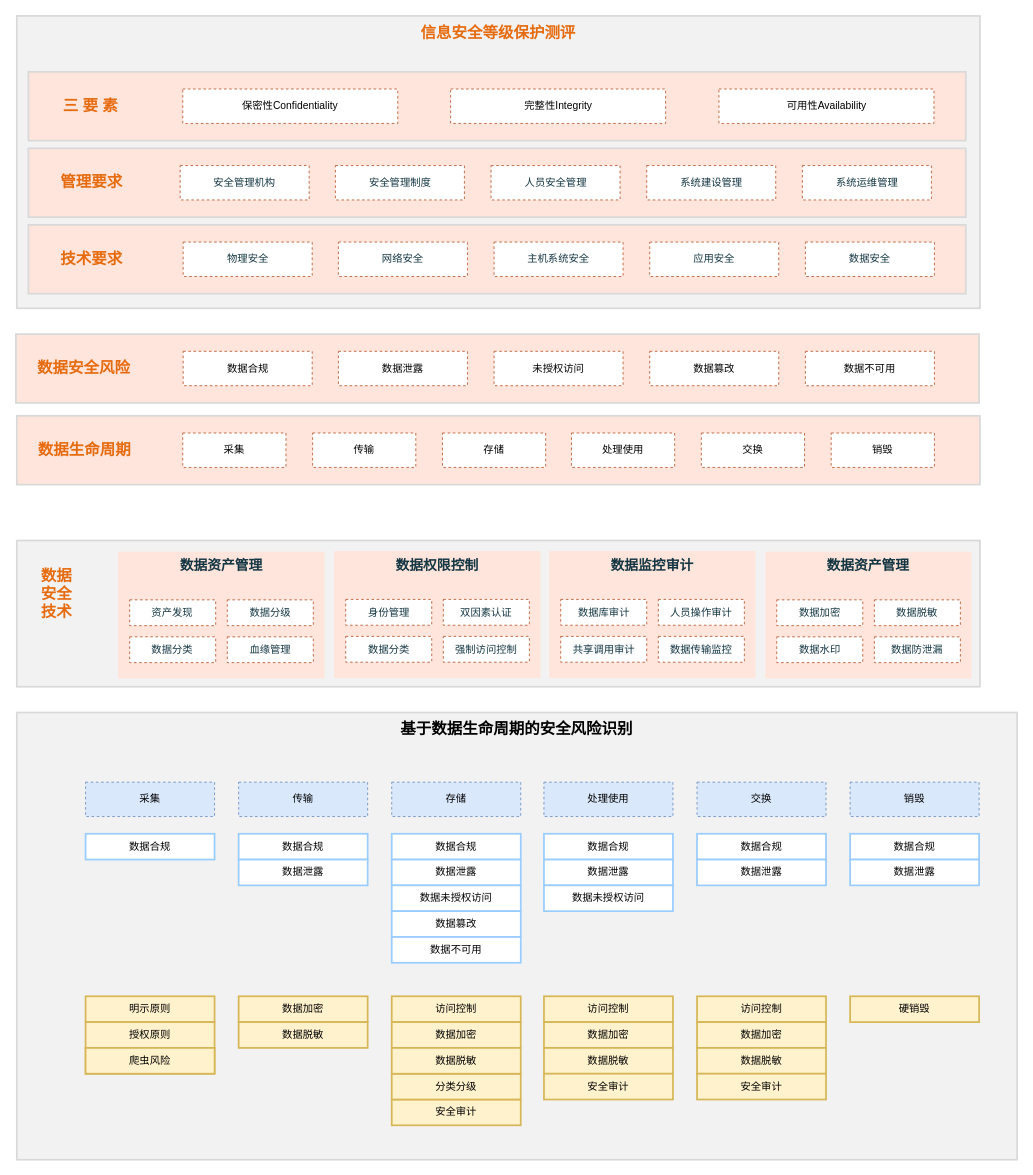
This is 数据安全.drawio from xingzhihe/hello-world, a draw.io file, before an edit. Source tidied: cells renumbered, new cells numbered last; positions are measured from the earlier drawing's top-left corner, leaving out a move shared by most shapes. Both pictures are drawn from the tidied source at 86%, with x=0, y=0 at pixel (15, 15).
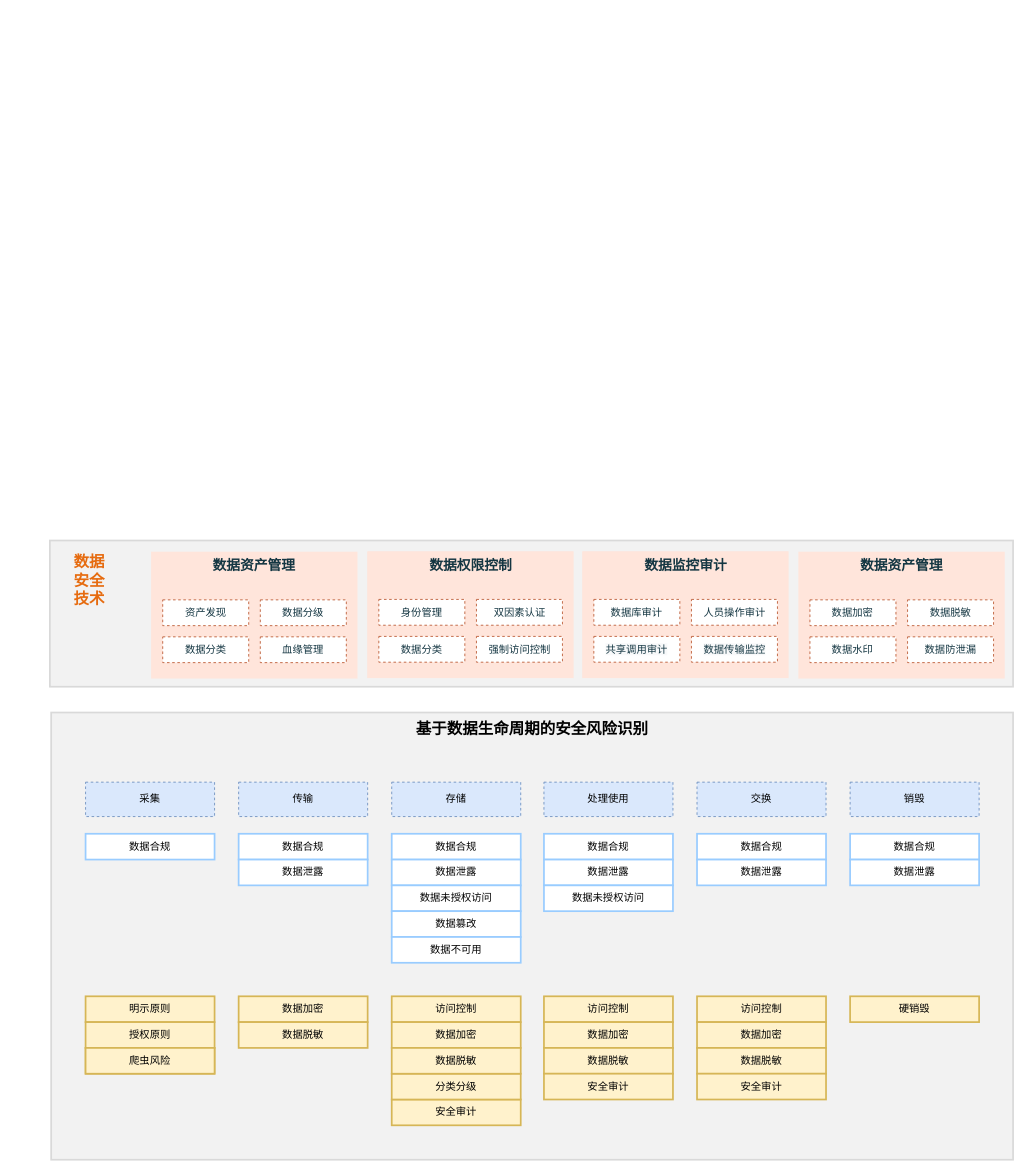
The same diagram, later.

Commit message:
更新数据安全.drawio

The edit, as a diff of the source:
```diff
@@
     <mxCell id="2" value="&lt;span&gt;基于数据生命周期的安全风险识别&lt;/span&gt;" style="whiteSpace=wrap;html=1;fontSize=18;fontStyle=1;strokeWidth=2;fillColor=#F2F2F2;strokeColor=#D9D9D9;verticalAlign=top;spacingTop=2;" parent="1" vertex="1">
-      <mxGeometry x="1" y="810" width="1163.2" height="520" as="geometry" />
+      <mxGeometry x="41" y="810" width="1118.5" height="520" as="geometry" />
     </mxCell>
-    <mxCell id="3" style="whiteSpace=wrap;html=1;fillColor=#FFE5DB;strokeColor=#D9D9D9;fontSize=18;fontStyle=1;fontColor=#143642;strokeWidth=2;" parent="1" vertex="1">
-      <mxGeometry x="1" y="465" width="1120" height="80" as="geometry" />
-    </mxCell>
-    <mxCell id="4" style="whiteSpace=wrap;html=1;fontSize=18;fontStyle=1;strokeWidth=2;fillColor=#F2F2F2;strokeColor=#D9D9D9;" parent="1" vertex="1">
-      <mxGeometry x="1" width="1120" height="340" as="geometry" />
-    </mxCell>
-    <mxCell id="5" value="信息安全等级保护测评" style="whiteSpace=wrap;html=1;fillColor=none;strokeColor=none;fontStyle=1;fontSize=18;fontColor=#E66B0F;" parent="1" vertex="1">
-      <mxGeometry x="442" width="238" height="40" as="geometry" />
-    </mxCell>
-    <mxCell id="6" style="whiteSpace=wrap;html=1;fillColor=#FFE5DB;strokeColor=#D9D9D9;fontSize=18;fontStyle=1;fontColor=#143642;strokeWidth=2;" parent="1" vertex="1">
-      <mxGeometry x="14.5" y="243" width="1090" height="80" as="geometry" />
-    </mxCell>
-    <mxCell id="7" value="技术要求" style="whiteSpace=wrap;html=1;fillColor=none;strokeColor=none;fontSize=18;fontStyle=1;fontColor=#E66B0F;" parent="1" vertex="1">
-      <mxGeometry x="27.5" y="263" width="120" height="40" as="geometry" />
-    </mxCell>
-    <mxCell id="8" value="&lt;span style=&quot;color: rgb(20 , 54 , 66)&quot;&gt;物理安全&lt;/span&gt;" style="whiteSpace=wrap;html=1;strokeColor=#BB5933;dashed=1;" parent="1" vertex="1">
-      <mxGeometry x="194.5" y="263" width="150" height="40" as="geometry" />
-    </mxCell>
-    <mxCell id="9" value="&lt;span style=&quot;color: rgb(20 , 54 , 66)&quot;&gt;网络安全&lt;/span&gt;" style="whiteSpace=wrap;html=1;strokeColor=#BB5933;dashed=1;" parent="1" vertex="1">
-      <mxGeometry x="375" y="263" width="150" height="40" as="geometry" />
-    </mxCell>
-    <mxCell id="10" value="&lt;span style=&quot;color: rgb(20 , 54 , 66)&quot;&gt;主机系统安全&lt;/span&gt;" style="whiteSpace=wrap;html=1;strokeColor=#BB5933;dashed=1;" parent="1" vertex="1">
-      <mxGeometry x="556" y="263" width="150" height="40" as="geometry" />
-    </mxCell>
-    <mxCell id="11" value="&lt;span style=&quot;color: rgb(20 , 54 , 66)&quot;&gt;应用安全&lt;/span&gt;" style="whiteSpace=wrap;html=1;strokeColor=#BB5933;dashed=1;" parent="1" vertex="1">
-      <mxGeometry x="737" y="263" width="150" height="40" as="geometry" />
-    </mxCell>
-    <mxCell id="12" value="&lt;span style=&quot;color: rgb(20 , 54 , 66)&quot;&gt;数据安全&lt;/span&gt;" style="whiteSpace=wrap;html=1;strokeColor=#BB5933;dashed=1;" parent="1" vertex="1">
-      <mxGeometry x="918" y="263" width="150" height="40" as="geometry" />
-    </mxCell>
-    <mxCell id="13" value="数据生命周期" style="whiteSpace=wrap;html=1;fillColor=none;strokeColor=none;fontSize=18;fontStyle=1;fontColor=#E66B0F;" parent="1" vertex="1">
-      <mxGeometry x="20" y="485" width="120" height="40" as="geometry" />
-    </mxCell>
@@
-    <mxCell id="20" style="whiteSpace=wrap;html=1;fillColor=#FFE5DB;strokeColor=#D9D9D9;fontSize=18;fontStyle=1;fontColor=#143642;strokeWidth=2;" parent="1" vertex="1">
-      <mxGeometry x="14.5" y="154" width="1090" height="80" as="geometry" />
-    </mxCell>
-    <mxCell id="21" value="管理要求" style="whiteSpace=wrap;html=1;fillColor=none;strokeColor=none;fontSize=18;fontStyle=1;fontColor=#E66B0F;" parent="1" vertex="1">
-      <mxGeometry x="27.5" y="174" width="120" height="40" as="geometry" />
-    </mxCell>
-    <mxCell id="22" value="&lt;span style=&quot;color: rgb(20 , 54 , 66)&quot;&gt;安全管理机构&lt;/span&gt;" style="whiteSpace=wrap;html=1;strokeColor=#BB5933;dashed=1;" parent="1" vertex="1">
-      <mxGeometry x="191" y="174" width="150" height="40" as="geometry" />
-    </mxCell>
-    <mxCell id="23" value="&lt;span style=&quot;color: rgb(20 , 54 , 66)&quot;&gt;安全管理制度&lt;/span&gt;" style="whiteSpace=wrap;html=1;strokeColor=#BB5933;dashed=1;" parent="1" vertex="1">
-      <mxGeometry x="371.5" y="174" width="150" height="40" as="geometry" />
-    </mxCell>
-    <mxCell id="24" value="&lt;span style=&quot;color: rgb(20 , 54 , 66)&quot;&gt;人员安全管理&lt;/span&gt;" style="whiteSpace=wrap;html=1;strokeColor=#BB5933;dashed=1;" parent="1" vertex="1">
-      <mxGeometry x="552.5" y="174" width="150" height="40" as="geometry" />
-    </mxCell>
-    <mxCell id="25" value="&lt;span style=&quot;color: rgb(20 , 54 , 66)&quot;&gt;系统建设管理&lt;/span&gt;" style="whiteSpace=wrap;html=1;strokeColor=#BB5933;dashed=1;" parent="1" vertex="1">
-      <mxGeometry x="733.5" y="174" width="150" height="40" as="geometry" />
-    </mxCell>
-    <mxCell id="26" value="&lt;span style=&quot;color: rgb(20 , 54 , 66)&quot;&gt;系统运维管理&lt;/span&gt;" style="whiteSpace=wrap;html=1;strokeColor=#BB5933;dashed=1;" parent="1" vertex="1">
-      <mxGeometry x="914.5" y="174" width="150" height="40" as="geometry" />
-    </mxCell>
-    <mxCell id="27" style="whiteSpace=wrap;html=1;fillColor=#FFE5DB;strokeColor=#D9D9D9;fontSize=18;fontStyle=1;fontColor=#143642;strokeWidth=2;" parent="1" vertex="1">
-      <mxGeometry x="14.5" y="65" width="1090" height="80" as="geometry" />
-    </mxCell>
-    <mxCell id="28" value="三 要 素" style="whiteSpace=wrap;html=1;fillColor=none;strokeColor=none;fontSize=18;fontStyle=1;fontColor=#E66B0F;" parent="1" vertex="1">
-      <mxGeometry x="27" y="85" width="120" height="40" as="geometry" />
-    </mxCell>
-    <mxCell id="29" value="保密性Confidentiality" style="whiteSpace=wrap;html=1;strokeColor=#BB5933;dashed=1;" parent="1" vertex="1">
-      <mxGeometry x="194" y="85" width="250" height="40" as="geometry" />
-    </mxCell>
-    <mxCell id="30" value="完整性Integrity" style="whiteSpace=wrap;html=1;strokeColor=#BB5933;dashed=1;" parent="1" vertex="1">
-      <mxGeometry x="505.5" y="85" width="250" height="40" as="geometry" />
-    </mxCell>
-    <mxCell id="31" value="可用性Availability" style="whiteSpace=wrap;html=1;strokeColor=#BB5933;dashed=1;" parent="1" vertex="1">
-      <mxGeometry x="817.5" y="85" width="250" height="40" as="geometry" />
-    </mxCell>
-    <mxCell id="32" style="whiteSpace=wrap;html=1;fillColor=#FFE5DB;strokeColor=#D9D9D9;fontSize=18;fontStyle=1;fontColor=#143642;strokeWidth=2;" parent="1" vertex="1">
-      <mxGeometry y="370" width="1120" height="80" as="geometry" />
-    </mxCell>
-    <mxCell id="33" value="数据安全风险" style="whiteSpace=wrap;html=1;fillColor=none;strokeColor=none;fontSize=18;fontStyle=1;fontColor=#E66B0F;" parent="1" vertex="1">
-      <mxGeometry x="19" y="390" width="120" height="40" as="geometry" />
-    </mxCell>
@@
-    <mxCell id="35" value="数据泄露" style="whiteSpace=wrap;html=1;strokeColor=#BB5933;dashed=1;" parent="1" vertex="1">
-      <mxGeometry x="375" y="390" width="150" height="40" as="geometry" />
-    </mxCell>
-    <mxCell id="36" value="未授权访问" style="whiteSpace=wrap;html=1;strokeColor=#BB5933;dashed=1;" parent="1" vertex="1">
-      <mxGeometry x="556" y="390" width="150" height="40" as="geometry" />
-    </mxCell>
-    <mxCell id="37" value="数据篡改" style="whiteSpace=wrap;html=1;strokeColor=#BB5933;dashed=1;" parent="1" vertex="1">
-      <mxGeometry x="737" y="390" width="150" height="40" as="geometry" />
-    </mxCell>
-    <mxCell id="38" value="数据不可用" style="whiteSpace=wrap;html=1;strokeColor=#BB5933;dashed=1;" parent="1" vertex="1">
-      <mxGeometry x="918" y="390" width="150" height="40" as="geometry" />
-    </mxCell>
     <mxCell id="39" style="whiteSpace=wrap;html=1;fontSize=18;fontStyle=1;strokeWidth=2;fillColor=#F2F2F2;strokeColor=#D9D9D9;" parent="1" vertex="1">
-      <mxGeometry x="1" y="610" width="1120" height="170" as="geometry" />
+      <mxGeometry x="39.5" y="610" width="1120" height="170" as="geometry" />
     </mxCell>
     <mxCell id="40" value="数据&lt;br&gt;安全&lt;br&gt;技术" style="whiteSpace=wrap;html=1;fontSize=18;fontStyle=1;strokeColor=none;fillColor=none;fontColor=#E66B0F;" parent="1" vertex="1">
-      <mxGeometry x="2.5" y="640" width="88.5" height="66.5" as="geometry" />
+      <mxGeometry x="41" y="624" width="88.5" height="66.5" as="geometry" />
     </mxCell>
     <mxCell id="41" style="group;" parent="1" vertex="1">
-      <mxGeometry x="118.8" y="623" width="240" height="147.5" as="geometry" />
+      <mxGeometry x="157.2" y="623" width="240" height="147.5" as="geometry" />
     </mxCell>
@@
     <mxCell id="47" style="group;" parent="1" vertex="1">
-      <mxGeometry x="370" y="622.5" width="240" height="147.5" as="geometry" />
+      <mxGeometry x="408.5" y="622.5" width="240" height="147.5" as="geometry" />
     </mxCell>
@@
     <mxCell id="53" style="group;" parent="1" vertex="1">
-      <mxGeometry x="620" y="622.5" width="240" height="147.5" as="geometry" />
+      <mxGeometry x="658.5" y="622.5" width="240" height="147.5" as="geometry" />
     </mxCell>
@@
     <mxCell id="59" style="group;" parent="1" vertex="1">
-      <mxGeometry x="871.2" y="623" width="240" height="147.5" as="geometry" />
+      <mxGeometry x="909.8" y="623" width="240" height="147.5" as="geometry" />
     </mxCell>
@@
-    <mxCell id="109" value="数据合规" style="whiteSpace=wrap;html=1;strokeColor=#BB5933;dashed=1;" parent="1" vertex="1">
-      <mxGeometry x="194.5" y="390" width="150" height="40" as="geometry" />
-    </mxCell>
-    <mxCell id="110" value="采集" style="whiteSpace=wrap;html=1;strokeColor=#BB5933;dashed=1;" parent="1" vertex="1">
-      <mxGeometry x="194" y="485" width="120" height="40" as="geometry" />
-    </mxCell>
-    <mxCell id="111" value="传输" style="whiteSpace=wrap;html=1;strokeColor=#BB5933;dashed=1;" parent="1" vertex="1">
-      <mxGeometry x="345" y="485" width="120" height="40" as="geometry" />
-    </mxCell>
-    <mxCell id="112" value="存储" style="whiteSpace=wrap;html=1;strokeColor=#BB5933;dashed=1;" parent="1" vertex="1">
-      <mxGeometry x="496" y="485" width="120" height="40" as="geometry" />
-    </mxCell>
-    <mxCell id="113" value="处理使用" style="whiteSpace=wrap;html=1;strokeColor=#BB5933;dashed=1;" parent="1" vertex="1">
-      <mxGeometry x="646" y="485" width="120" height="40" as="geometry" />
-    </mxCell>
-    <mxCell id="114" value="交换" style="whiteSpace=wrap;html=1;strokeColor=#BB5933;dashed=1;" parent="1" vertex="1">
-      <mxGeometry x="797" y="485" width="120" height="40" as="geometry" />
-    </mxCell>
-    <mxCell id="115" value="销毁" style="whiteSpace=wrap;html=1;strokeColor=#BB5933;dashed=1;" parent="1" vertex="1">
-      <mxGeometry x="948" y="485" width="120" height="40" as="geometry" />
-    </mxCell>
```
